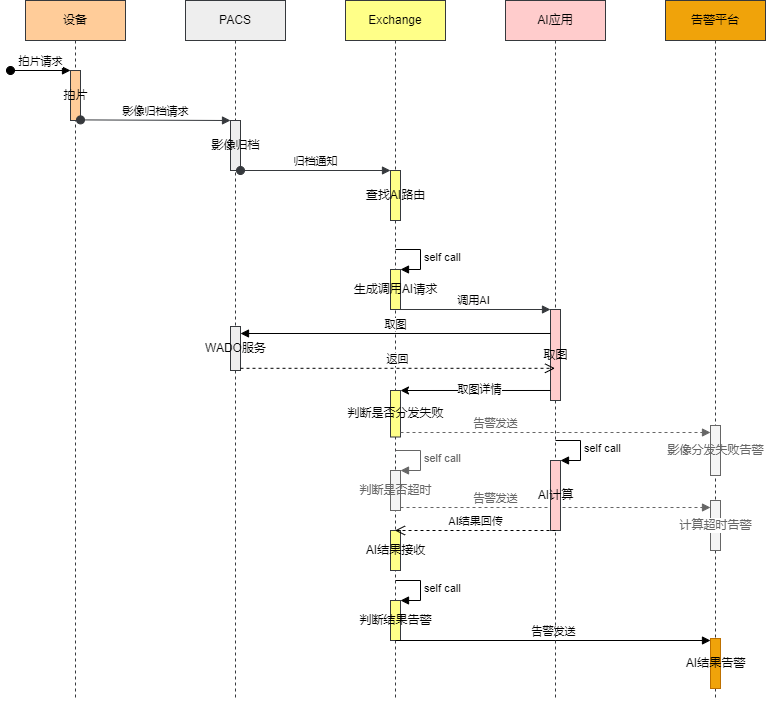
This is uih/output/千县-AI设备直采-告警时序图.drawio.png from xzs603/draw.io, a draw.io export, as it was before one commit. Source tidied: cells renumbered, new cells last; positions are measured from the earlier drawing's top-left corner, leaving out a move shared by most shapes. Source of this version:
```xml
<mxGraphModel>
  <root>
    <mxCell id="0" />
    <mxCell id="1" parent="0" />
    <mxCell id="2" value="告警发送" style="html=1;verticalAlign=bottom;endArrow=block;fontColor=#666666;entryX=0;entryY=0.16;entryDx=0;entryDy=0;entryPerimeter=0;fillColor=#f5f5f5;strokeColor=#666666;dashed=1;" parent="1" edge="1">
      <mxGeometry x="-0.39" relative="1" as="geometry">
        <mxPoint x="390" y="507" as="sourcePoint" />
        <mxPoint x="700" y="507" as="targetPoint" />
      </mxGeometry>
    </mxCell>
    <mxCell id="3" value="设备" style="shape=umlLifeline;perimeter=lifelinePerimeter;whiteSpace=wrap;html=1;fillColor=#ffcc99;strokeColor=#36393d;" parent="1" vertex="1">
      <mxGeometry x="15" width="100" height="700" as="geometry" />
    </mxCell>
    <mxCell id="4" value="拍片" style="html=1;points=[];perimeter=orthogonalPerimeter;fillColor=#ffcc99;strokeColor=#36393d;" parent="3" vertex="1">
      <mxGeometry x="45" y="70" width="10" height="50" as="geometry" />
    </mxCell>
    <mxCell id="5" value="拍片请求" style="html=1;verticalAlign=bottom;startArrow=oval;endArrow=block;startSize=8;rounded=0;" parent="3" edge="1" target="4">
      <mxGeometry relative="1" as="geometry">
        <mxPoint x="-15" y="70" as="sourcePoint" />
      </mxGeometry>
    </mxCell>
    <mxCell id="6" value="PACS" style="shape=umlLifeline;perimeter=lifelinePerimeter;whiteSpace=wrap;html=1;fillColor=#eeeeee;strokeColor=#36393d;" parent="1" vertex="1">
      <mxGeometry x="175" width="100" height="700" as="geometry" />
    </mxCell>
    <mxCell id="7" value="影像归档" style="html=1;points=[];perimeter=orthogonalPerimeter;fillColor=#eeeeee;strokeColor=#36393d;" parent="6" vertex="1">
      <mxGeometry x="45" y="120" width="10" height="50" as="geometry" />
    </mxCell>
    <mxCell id="8" value="WADO服务" style="html=1;points=[];perimeter=orthogonalPerimeter;fillColor=#eeeeee;strokeColor=#36393d;" parent="6" vertex="1">
      <mxGeometry x="45" y="326" width="10" height="44" as="geometry" />
    </mxCell>
    <mxCell id="9" value="Exchange" style="shape=umlLifeline;perimeter=lifelinePerimeter;whiteSpace=wrap;html=1;outlineConnect=0;fillColor=#ffff88;strokeColor=#36393d;" parent="1" vertex="1">
      <mxGeometry x="335" width="100" height="700" as="geometry" />
    </mxCell>
    <mxCell id="10" value="查找AI路由" style="html=1;points=[];perimeter=orthogonalPerimeter;fillColor=#ffff88;strokeColor=#36393d;" parent="9" vertex="1">
      <mxGeometry x="45" y="170" width="10" height="50" as="geometry" />
    </mxCell>
    <mxCell id="11" value="生成调用AI请求" style="html=1;points=[];perimeter=orthogonalPerimeter;fillColor=#ffff88;strokeColor=#36393d;" parent="9" vertex="1">
      <mxGeometry x="45" y="269" width="10" height="40" as="geometry" />
    </mxCell>
    <mxCell id="12" value="self call" style="edgeStyle=orthogonalEdgeStyle;html=1;align=left;spacingLeft=2;endArrow=block;rounded=0;entryX=1;entryY=0;" parent="9" edge="1" target="11">
      <mxGeometry relative="1" as="geometry">
        <mxPoint x="50" y="249" as="sourcePoint" />
        <Array as="points">
          <mxPoint x="75" y="249" />
        </Array>
      </mxGeometry>
    </mxCell>
    <mxCell id="13" value="AI结果接收" style="html=1;perimeter=orthogonalPerimeter;fillColor=#ffff88;strokeColor=#36393d;" parent="9" vertex="1">
      <mxGeometry x="45" y="530" width="10" height="40" as="geometry" />
    </mxCell>
    <mxCell id="14" value="判断结果告警" style="html=1;points=[];perimeter=orthogonalPerimeter;fillColor=#ffff88;strokeColor=#36393d;" parent="9" vertex="1">
      <mxGeometry x="45" y="600" width="10" height="40" as="geometry" />
    </mxCell>
    <mxCell id="15" value="self call" style="edgeStyle=orthogonalEdgeStyle;html=1;align=left;spacingLeft=2;endArrow=block;rounded=0;entryX=1;entryY=0;" parent="9" edge="1" target="14">
      <mxGeometry relative="1" as="geometry">
        <mxPoint x="50" y="580" as="sourcePoint" />
        <Array as="points">
          <mxPoint x="75" y="580" />
        </Array>
      </mxGeometry>
    </mxCell>
    <mxCell id="16" value="告警发送" style="html=1;verticalAlign=bottom;endArrow=block;entryX=0;entryY=0.04;entryDx=0;entryDy=0;entryPerimeter=0;" parent="9" edge="1" target="32">
      <mxGeometry relative="1" as="geometry">
        <mxPoint x="50" y="640" as="sourcePoint" />
      </mxGeometry>
    </mxCell>
    <mxCell id="17" value="&lt;font color=&quot;#000000&quot;&gt;判断是否分发失败&lt;/font&gt;" style="html=1;points=[];perimeter=orthogonalPerimeter;fontColor=#666666;strokeColor=#36393D;fillColor=#FFFF88;" parent="9" vertex="1">
      <mxGeometry x="45" y="390" width="10" height="46.5" as="geometry" />
    </mxCell>
    <mxCell id="18" value="判断是否超时" style="html=1;points=[];perimeter=orthogonalPerimeter;fillColor=#f5f5f5;strokeColor=#666666;fontColor=#666666;" parent="9" vertex="1">
      <mxGeometry x="45" y="470" width="10" height="40" as="geometry" />
    </mxCell>
    <mxCell id="19" value="self call" style="edgeStyle=orthogonalEdgeStyle;html=1;align=left;spacingLeft=2;endArrow=block;rounded=0;entryX=1;entryY=0;fontColor=#666666;fillColor=#f5f5f5;strokeColor=#666666;" parent="9" edge="1" target="18">
      <mxGeometry relative="1" as="geometry">
        <mxPoint x="50" y="450" as="sourcePoint" />
        <Array as="points">
          <mxPoint x="75" y="450" />
        </Array>
      </mxGeometry>
    </mxCell>
    <mxCell id="20" value="告警发送" style="html=1;verticalAlign=bottom;endArrow=block;fontColor=#666666;entryX=0;entryY=0.16;entryDx=0;entryDy=0;entryPerimeter=0;fillColor=#f5f5f5;strokeColor=#666666;dashed=1;" parent="9" edge="1">
      <mxGeometry x="-0.39" relative="1" as="geometry">
        <mxPoint x="55" y="432" as="sourcePoint" />
        <mxPoint x="365" y="432" as="targetPoint" />
      </mxGeometry>
    </mxCell>
    <mxCell id="21" value="AI应用" style="shape=umlLifeline;perimeter=lifelinePerimeter;whiteSpace=wrap;html=1;outlineConnect=0;fillColor=#ffcccc;strokeColor=#36393d;" parent="1" vertex="1">
      <mxGeometry x="495" width="100" height="700" as="geometry" />
    </mxCell>
    <mxCell id="22" value="AI计算" style="html=1;points=[];perimeter=orthogonalPerimeter;fillColor=#ffcccc;strokeColor=#36393d;" parent="21" vertex="1">
      <mxGeometry x="45" y="460" width="10" height="70" as="geometry" />
    </mxCell>
    <mxCell id="23" value="self call" style="edgeStyle=orthogonalEdgeStyle;html=1;align=left;spacingLeft=2;endArrow=block;rounded=0;entryX=1;entryY=0;" parent="21" edge="1" target="22">
      <mxGeometry relative="1" as="geometry">
        <mxPoint x="50" y="440" as="sourcePoint" />
        <Array as="points">
          <mxPoint x="75" y="440" />
        </Array>
      </mxGeometry>
    </mxCell>
    <mxCell id="24" value="取图" style="html=1;points=[];perimeter=orthogonalPerimeter;fillColor=#ffcccc;strokeColor=#36393d;" parent="21" vertex="1">
      <mxGeometry x="45" y="309" width="10" height="91" as="geometry" />
    </mxCell>
    <mxCell id="25" value="影像归档请求" style="html=1;verticalAlign=bottom;startArrow=oval;endArrow=block;startSize=8;rounded=0;exitX=1;exitY=0.988;exitDx=0;exitDy=0;exitPerimeter=0;fillColor=#ffcc99;strokeColor=#36393d;" parent="1" edge="1" source="4" target="7">
      <mxGeometry relative="1" as="geometry" />
    </mxCell>
    <mxCell id="26" value="归档通知" style="html=1;verticalAlign=bottom;startArrow=oval;endArrow=block;startSize=8;rounded=0;exitX=1;exitY=1;exitDx=0;exitDy=0;exitPerimeter=0;fillColor=#eeeeee;strokeColor=#36393d;" parent="1" edge="1" source="7" target="10">
      <mxGeometry relative="1" as="geometry" />
    </mxCell>
    <mxCell id="27" value="调用AI" style="html=1;verticalAlign=bottom;endArrow=block;entryX=0;entryY=0;rounded=0;fillColor=#ffff88;strokeColor=#36393d;" parent="1" edge="1" source="9" target="24">
      <mxGeometry relative="1" as="geometry" />
    </mxCell>
    <mxCell id="28" value="取图" style="html=1;verticalAlign=bottom;endArrow=block;entryX=1;entryY=0;rounded=0;exitX=0;exitY=0.153;exitDx=0;exitDy=0;exitPerimeter=0;" parent="1" edge="1">
      <mxGeometry relative="1" as="geometry">
        <mxPoint x="540" y="333" as="sourcePoint" />
        <mxPoint x="230" y="333" as="targetPoint" />
      </mxGeometry>
    </mxCell>
    <mxCell id="29" value="返回" style="html=1;verticalAlign=bottom;endArrow=open;dashed=1;endSize=8;exitX=1;exitY=0.95;rounded=0;" parent="1" edge="1" source="8" target="21">
      <mxGeometry relative="1" as="geometry" />
    </mxCell>
    <mxCell id="30" value="AI结果回传" style="html=1;verticalAlign=bottom;endArrow=open;dashed=1;endSize=8;rounded=0;" parent="1" edge="1">
      <mxGeometry relative="1" as="geometry">
        <mxPoint x="545" y="530" as="sourcePoint" />
        <mxPoint x="384.5" y="530" as="targetPoint" />
      </mxGeometry>
    </mxCell>
    <mxCell id="31" value="告警平台" style="shape=umlLifeline;perimeter=lifelinePerimeter;whiteSpace=wrap;html=1;fillColor=#f0a30a;strokeColor=#36393D;" parent="1" vertex="1">
      <mxGeometry x="655" width="100" height="700" as="geometry" />
    </mxCell>
    <mxCell id="32" value="AI结果告警" style="html=1;points=[];perimeter=orthogonalPerimeter;fillColor=#f0a30a;strokeColor=#BD7000;" parent="31" vertex="1">
      <mxGeometry x="45" y="638" width="10" height="50" as="geometry" />
    </mxCell>
    <mxCell id="33" value="影像分发失败告警" style="html=1;perimeter=orthogonalPerimeter;fillColor=#f5f5f5;strokeColor=#666666;fontColor=#666666;" parent="31" vertex="1">
      <mxGeometry x="45" y="425" width="10" height="50" as="geometry" />
    </mxCell>
    <mxCell id="34" value="计算超时告警" style="html=1;perimeter=orthogonalPerimeter;fillColor=#f5f5f5;strokeColor=#666666;labelBackgroundColor=#ffffff;fontColor=#666666;" parent="1" vertex="1">
      <mxGeometry x="700" y="500" width="10" height="50" as="geometry" />
    </mxCell>
    <mxCell id="35" style="endArrow=classic;html=1;exitX=-0.01;exitY=0.89;exitDx=0;exitDy=0;exitPerimeter=0;" parent="1" edge="1" source="24" target="17">
      <mxGeometry relative="1" as="geometry" />
    </mxCell>
    <mxCell id="36" value="取图详情" style="edgeLabel;html=1;align=center;verticalAlign=middle;" parent="35" vertex="1">
      <mxGeometry x="-0.06" y="-1" relative="1" as="geometry" />
    </mxCell>
  </root>
</mxGraphModel>
```
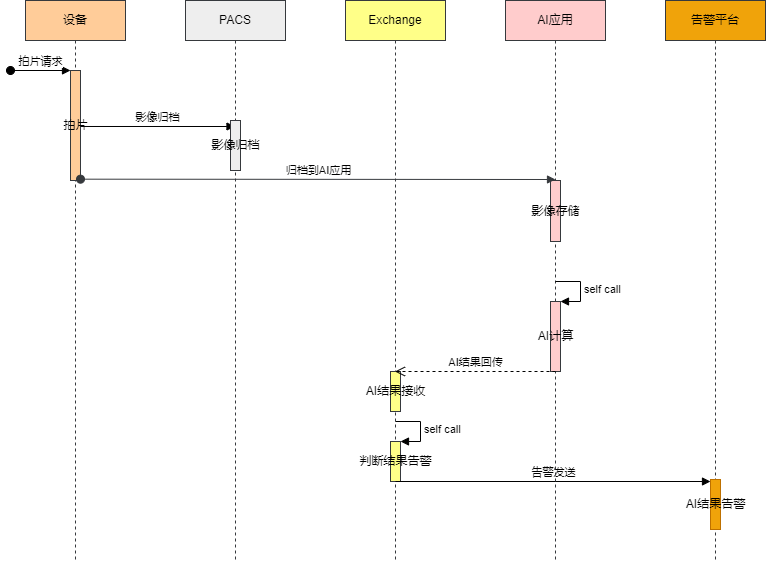
Above is the later version.

Diff of the diagram source:
```diff
@@ -2,146 +2,83 @@
   <root>
     <mxCell id="0" />
     <mxCell id="1" parent="0" />
-    <mxCell id="2" value="告警发送" style="html=1;verticalAlign=bottom;endArrow=block;fontColor=#666666;entryX=0;entryY=0.16;entryDx=0;entryDy=0;entryPerimeter=0;fillColor=#f5f5f5;strokeColor=#666666;dashed=1;" parent="1" edge="1">
-      <mxGeometry x="-0.39" relative="1" as="geometry">
-        <mxPoint x="390" y="507" as="sourcePoint" />
-        <mxPoint x="700" y="507" as="targetPoint" />
-      </mxGeometry>
-    </mxCell>
     <mxCell id="3" value="设备" style="shape=umlLifeline;perimeter=lifelinePerimeter;whiteSpace=wrap;html=1;fillColor=#ffcc99;strokeColor=#36393d;" parent="1" vertex="1">
-      <mxGeometry x="15" width="100" height="700" as="geometry" />
+      <mxGeometry x="15" width="100" height="560" as="geometry" />
     </mxCell>
     <mxCell id="4" value="拍片" style="html=1;points=[];perimeter=orthogonalPerimeter;fillColor=#ffcc99;strokeColor=#36393d;" parent="3" vertex="1">
-      <mxGeometry x="45" y="70" width="10" height="50" as="geometry" />
+      <mxGeometry x="45" y="70" width="10" height="110" as="geometry" />
     </mxCell>
     <mxCell id="5" value="拍片请求" style="html=1;verticalAlign=bottom;startArrow=oval;endArrow=block;startSize=8;rounded=0;" parent="3" edge="1" target="4">
       <mxGeometry relative="1" as="geometry">
         <mxPoint x="-15" y="70" as="sourcePoint" />
       </mxGeometry>
     </mxCell>
+    <mxCell id="37" value="影像归档" style="html=1;verticalAlign=bottom;endArrow=block;rounded=0;exitX=1;exitY=0.509;exitDx=0;exitDy=0;exitPerimeter=0;" parent="3" edge="1" source="4">
+      <mxGeometry relative="1" as="geometry">
+        <mxPoint x="209.5" y="126" as="targetPoint" />
+      </mxGeometry>
+    </mxCell>
     <mxCell id="6" value="PACS" style="shape=umlLifeline;perimeter=lifelinePerimeter;whiteSpace=wrap;html=1;fillColor=#eeeeee;strokeColor=#36393d;" parent="1" vertex="1">
-      <mxGeometry x="175" width="100" height="700" as="geometry" />
+      <mxGeometry x="175" width="100" height="560" as="geometry" />
     </mxCell>
     <mxCell id="7" value="影像归档" style="html=1;points=[];perimeter=orthogonalPerimeter;fillColor=#eeeeee;strokeColor=#36393d;" parent="6" vertex="1">
       <mxGeometry x="45" y="120" width="10" height="50" as="geometry" />
     </mxCell>
-    <mxCell id="8" value="WADO服务" style="html=1;points=[];perimeter=orthogonalPerimeter;fillColor=#eeeeee;strokeColor=#36393d;" parent="6" vertex="1">
-      <mxGeometry x="45" y="326" width="10" height="44" as="geometry" />
-    </mxCell>
     <mxCell id="9" value="Exchange" style="shape=umlLifeline;perimeter=lifelinePerimeter;whiteSpace=wrap;html=1;outlineConnect=0;fillColor=#ffff88;strokeColor=#36393d;" parent="1" vertex="1">
-      <mxGeometry x="335" width="100" height="700" as="geometry" />
+      <mxGeometry x="335" width="100" height="560" as="geometry" />
     </mxCell>
-    <mxCell id="10" value="查找AI路由" style="html=1;points=[];perimeter=orthogonalPerimeter;fillColor=#ffff88;strokeColor=#36393d;" parent="9" vertex="1">
-      <mxGeometry x="45" y="170" width="10" height="50" as="geometry" />
-    </mxCell>
-    <mxCell id="11" value="生成调用AI请求" style="html=1;points=[];perimeter=orthogonalPerimeter;fillColor=#ffff88;strokeColor=#36393d;" parent="9" vertex="1">
-      <mxGeometry x="45" y="269" width="10" height="40" as="geometry" />
-    </mxCell>
-    <mxCell id="12" value="self call" style="edgeStyle=orthogonalEdgeStyle;html=1;align=left;spacingLeft=2;endArrow=block;rounded=0;entryX=1;entryY=0;" parent="9" edge="1" target="11">
-      <mxGeometry relative="1" as="geometry">
-        <mxPoint x="50" y="249" as="sourcePoint" />
-        <Array as="points">
-          <mxPoint x="75" y="249" />
-        </Array>
-      </mxGeometry>
-    </mxCell>
     <mxCell id="13" value="AI结果接收" style="html=1;perimeter=orthogonalPerimeter;fillColor=#ffff88;strokeColor=#36393d;" parent="9" vertex="1">
-      <mxGeometry x="45" y="530" width="10" height="40" as="geometry" />
+      <mxGeometry x="45" y="371" width="10" height="40" as="geometry" />
     </mxCell>
     <mxCell id="14" value="判断结果告警" style="html=1;points=[];perimeter=orthogonalPerimeter;fillColor=#ffff88;strokeColor=#36393d;" parent="9" vertex="1">
-      <mxGeometry x="45" y="600" width="10" height="40" as="geometry" />
+      <mxGeometry x="45" y="441" width="10" height="40" as="geometry" />
     </mxCell>
     <mxCell id="15" value="self call" style="edgeStyle=orthogonalEdgeStyle;html=1;align=left;spacingLeft=2;endArrow=block;rounded=0;entryX=1;entryY=0;" parent="9" edge="1" target="14">
       <mxGeometry relative="1" as="geometry">
-        <mxPoint x="50" y="580" as="sourcePoint" />
+        <mxPoint x="50" y="421" as="sourcePoint" />
         <Array as="points">
-          <mxPoint x="75" y="580" />
+          <mxPoint x="75" y="421" />
         </Array>
       </mxGeometry>
     </mxCell>
     <mxCell id="16" value="告警发送" style="html=1;verticalAlign=bottom;endArrow=block;entryX=0;entryY=0.04;entryDx=0;entryDy=0;entryPerimeter=0;" parent="9" edge="1" target="32">
       <mxGeometry relative="1" as="geometry">
-        <mxPoint x="50" y="640" as="sourcePoint" />
+        <mxPoint x="50" y="481" as="sourcePoint" />
       </mxGeometry>
     </mxCell>
-    <mxCell id="17" value="&lt;font color=&quot;#000000&quot;&gt;判断是否分发失败&lt;/font&gt;" style="html=1;points=[];perimeter=orthogonalPerimeter;fontColor=#666666;strokeColor=#36393D;fillColor=#FFFF88;" parent="9" vertex="1">
-      <mxGeometry x="45" y="390" width="10" height="46.5" as="geometry" />
-    </mxCell>
-    <mxCell id="18" value="判断是否超时" style="html=1;points=[];perimeter=orthogonalPerimeter;fillColor=#f5f5f5;strokeColor=#666666;fontColor=#666666;" parent="9" vertex="1">
-      <mxGeometry x="45" y="470" width="10" height="40" as="geometry" />
-    </mxCell>
-    <mxCell id="19" value="self call" style="edgeStyle=orthogonalEdgeStyle;html=1;align=left;spacingLeft=2;endArrow=block;rounded=0;entryX=1;entryY=0;fontColor=#666666;fillColor=#f5f5f5;strokeColor=#666666;" parent="9" edge="1" target="18">
-      <mxGeometry relative="1" as="geometry">
-        <mxPoint x="50" y="450" as="sourcePoint" />
-        <Array as="points">
-          <mxPoint x="75" y="450" />
-        </Array>
-      </mxGeometry>
-    </mxCell>
-    <mxCell id="20" value="告警发送" style="html=1;verticalAlign=bottom;endArrow=block;fontColor=#666666;entryX=0;entryY=0.16;entryDx=0;entryDy=0;entryPerimeter=0;fillColor=#f5f5f5;strokeColor=#666666;dashed=1;" parent="9" edge="1">
-      <mxGeometry x="-0.39" relative="1" as="geometry">
-        <mxPoint x="55" y="432" as="sourcePoint" />
-        <mxPoint x="365" y="432" as="targetPoint" />
-      </mxGeometry>
-    </mxCell>
     <mxCell id="21" value="AI应用" style="shape=umlLifeline;perimeter=lifelinePerimeter;whiteSpace=wrap;html=1;outlineConnect=0;fillColor=#ffcccc;strokeColor=#36393d;" parent="1" vertex="1">
-      <mxGeometry x="495" width="100" height="700" as="geometry" />
+      <mxGeometry x="495" width="100" height="560" as="geometry" />
     </mxCell>
     <mxCell id="22" value="AI计算" style="html=1;points=[];perimeter=orthogonalPerimeter;fillColor=#ffcccc;strokeColor=#36393d;" parent="21" vertex="1">
-      <mxGeometry x="45" y="460" width="10" height="70" as="geometry" />
+      <mxGeometry x="45" y="301" width="10" height="70" as="geometry" />
     </mxCell>
     <mxCell id="23" value="self call" style="edgeStyle=orthogonalEdgeStyle;html=1;align=left;spacingLeft=2;endArrow=block;rounded=0;entryX=1;entryY=0;" parent="21" edge="1" target="22">
       <mxGeometry relative="1" as="geometry">
-        <mxPoint x="50" y="440" as="sourcePoint" />
+        <mxPoint x="50" y="281" as="sourcePoint" />
         <Array as="points">
-          <mxPoint x="75" y="440" />
+          <mxPoint x="75" y="281" />
         </Array>
       </mxGeometry>
     </mxCell>
-    <mxCell id="24" value="取图" style="html=1;points=[];perimeter=orthogonalPerimeter;fillColor=#ffcccc;strokeColor=#36393d;" parent="21" vertex="1">
-      <mxGeometry x="45" y="309" width="10" height="91" as="geometry" />
+    <mxCell id="24" value="影像存储" style="html=1;points=[];perimeter=orthogonalPerimeter;fillColor=#ffcccc;strokeColor=#36393d;" parent="21" vertex="1">
+      <mxGeometry x="45" y="180" width="10" height="61" as="geometry" />
     </mxCell>
-    <mxCell id="25" value="影像归档请求" style="html=1;verticalAlign=bottom;startArrow=oval;endArrow=block;startSize=8;rounded=0;exitX=1;exitY=0.988;exitDx=0;exitDy=0;exitPerimeter=0;fillColor=#ffcc99;strokeColor=#36393d;" parent="1" edge="1" source="4" target="7">
-      <mxGeometry relative="1" as="geometry" />
+    <mxCell id="25" value="归档到AI应用" style="html=1;verticalAlign=bottom;startArrow=oval;endArrow=block;startSize=8;rounded=0;exitX=1;exitY=0.988;exitDx=0;exitDy=0;exitPerimeter=0;fillColor=#ffcc99;strokeColor=#36393d;" parent="1" edge="1" source="4">
+      <mxGeometry relative="1" as="geometry">
+        <mxPoint x="545" y="179" as="targetPoint" />
+      </mxGeometry>
     </mxCell>
-    <mxCell id="26" value="归档通知" style="html=1;verticalAlign=bottom;startArrow=oval;endArrow=block;startSize=8;rounded=0;exitX=1;exitY=1;exitDx=0;exitDy=0;exitPerimeter=0;fillColor=#eeeeee;strokeColor=#36393d;" parent="1" edge="1" source="7" target="10">
-      <mxGeometry relative="1" as="geometry" />
-    </mxCell>
-    <mxCell id="27" value="调用AI" style="html=1;verticalAlign=bottom;endArrow=block;entryX=0;entryY=0;rounded=0;fillColor=#ffff88;strokeColor=#36393d;" parent="1" edge="1" source="9" target="24">
-      <mxGeometry relative="1" as="geometry" />
-    </mxCell>
-    <mxCell id="28" value="取图" style="html=1;verticalAlign=bottom;endArrow=block;entryX=1;entryY=0;rounded=0;exitX=0;exitY=0.153;exitDx=0;exitDy=0;exitPerimeter=0;" parent="1" edge="1">
-      <mxGeometry relative="1" as="geometry">
-        <mxPoint x="540" y="333" as="sourcePoint" />
-        <mxPoint x="230" y="333" as="targetPoint" />
-      </mxGeometry>
-    </mxCell>
-    <mxCell id="29" value="返回" style="html=1;verticalAlign=bottom;endArrow=open;dashed=1;endSize=8;exitX=1;exitY=0.95;rounded=0;" parent="1" edge="1" source="8" target="21">
-      <mxGeometry relative="1" as="geometry" />
-    </mxCell>
     <mxCell id="30" value="AI结果回传" style="html=1;verticalAlign=bottom;endArrow=open;dashed=1;endSize=8;rounded=0;" parent="1" edge="1">
       <mxGeometry relative="1" as="geometry">
-        <mxPoint x="545" y="530" as="sourcePoint" />
-        <mxPoint x="384.5" y="530" as="targetPoint" />
+        <mxPoint x="545" y="371" as="sourcePoint" />
+        <mxPoint x="384.5" y="371" as="targetPoint" />
       </mxGeometry>
     </mxCell>
     <mxCell id="31" value="告警平台" style="shape=umlLifeline;perimeter=lifelinePerimeter;whiteSpace=wrap;html=1;fillColor=#f0a30a;strokeColor=#36393D;" parent="1" vertex="1">
-      <mxGeometry x="655" width="100" height="700" as="geometry" />
+      <mxGeometry x="655" width="100" height="560" as="geometry" />
     </mxCell>
     <mxCell id="32" value="AI结果告警" style="html=1;points=[];perimeter=orthogonalPerimeter;fillColor=#f0a30a;strokeColor=#BD7000;" parent="31" vertex="1">
-      <mxGeometry x="45" y="638" width="10" height="50" as="geometry" />
+      <mxGeometry x="45" y="479" width="10" height="50" as="geometry" />
     </mxCell>
-    <mxCell id="33" value="影像分发失败告警" style="html=1;perimeter=orthogonalPerimeter;fillColor=#f5f5f5;strokeColor=#666666;fontColor=#666666;" parent="31" vertex="1">
-      <mxGeometry x="45" y="425" width="10" height="50" as="geometry" />
-    </mxCell>
-    <mxCell id="34" value="计算超时告警" style="html=1;perimeter=orthogonalPerimeter;fillColor=#f5f5f5;strokeColor=#666666;labelBackgroundColor=#ffffff;fontColor=#666666;" parent="1" vertex="1">
-      <mxGeometry x="700" y="500" width="10" height="50" as="geometry" />
-    </mxCell>
-    <mxCell id="35" style="endArrow=classic;html=1;exitX=-0.01;exitY=0.89;exitDx=0;exitDy=0;exitPerimeter=0;" parent="1" edge="1" source="24" target="17">
-      <mxGeometry relative="1" as="geometry" />
-    </mxCell>
-    <mxCell id="36" value="取图详情" style="edgeLabel;html=1;align=center;verticalAlign=middle;" parent="35" vertex="1">
-      <mxGeometry x="-0.06" y="-1" relative="1" as="geometry" />
-    </mxCell>
   </root>
 </mxGraphModel>
```
